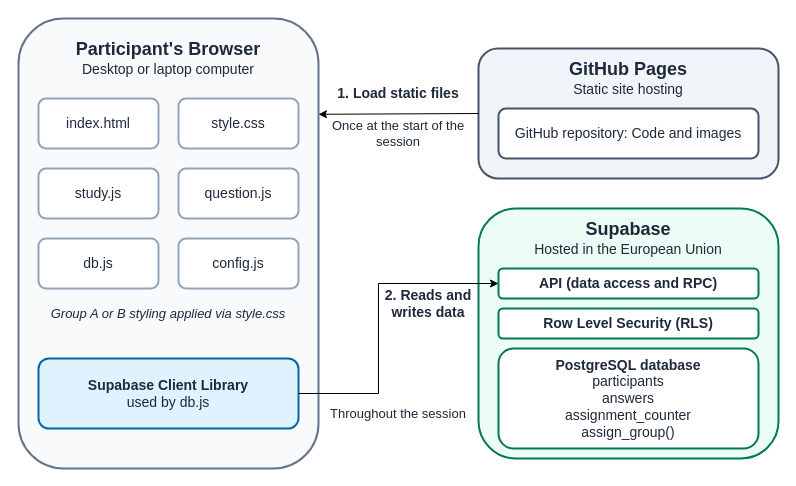
Above: thesis_figure_seven.drawio in Matasem-h/SimpleFlowcharts (draw.io), before the change. Source tidied: cells renumbered, new cells numbered last; positions are measured from the earlier drawing's top-left corner, leaving out a move shared by most shapes. Both pictures are drawn from the tidied source at 100%, with x=0, y=0 at pixel (18, 18).
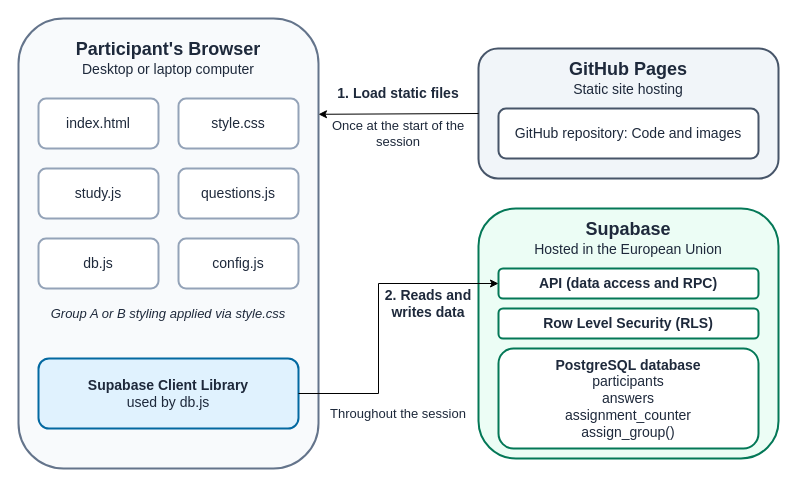
The same diagram, later.

The edit, as a diff of the source:
```diff
@@
-    <mxCell id="11" value="&lt;font style=&quot;font-size: 14px;&quot;&gt;question.js&lt;/font&gt;" style="rounded=1;whiteSpace=wrap;html=1;roundedPerimeter=1;fillColor=#FFFFFF;strokeWidth=2;strokeColor=#94A3B8;fontColor=#1E293B;" parent="1" vertex="1">
+    <mxCell id="11" value="&lt;font style=&quot;font-size: 14px;&quot;&gt;questions.js&lt;/font&gt;" style="rounded=1;whiteSpace=wrap;html=1;roundedPerimeter=1;fillColor=#FFFFFF;strokeWidth=2;strokeColor=#94A3B8;fontColor=#1E293B;" parent="1" vertex="1">
       <mxGeometry x="160" y="150" width="120" height="50" as="geometry" />
     </mxCell>
```
